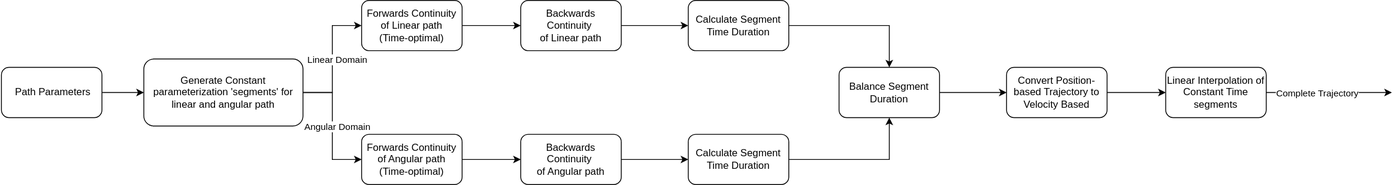
The draw.io diagram docs/images/TrajectoryPlanner.svg in UBC-Thunderbots/Software, before a commit. Source tidied: cells renumbered, new cells last; positions are measured from the earlier drawing's top-left corner, leaving out a move shared by most shapes.
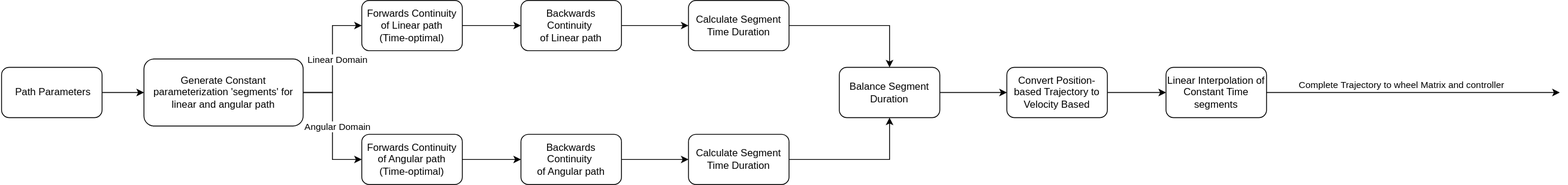
The same file after the commit.

Commit message:
Straightened some lines

Change to the diagram source:
```diff
@@ -77,12 +77,12 @@
     </mxCell>
     <mxCell id="25" style="edgeStyle=orthogonalEdgeStyle;rounded=0;jettySize=auto;html=1;" parent="1" edge="1" source="27">
       <mxGeometry relative="1" as="geometry">
-        <mxPoint x="1660" y="110" as="targetPoint" />
+        <mxPoint x="1860" y="110" as="targetPoint" />
       </mxGeometry>
     </mxCell>
-    <mxCell id="26" value="Complete Trajectory" style="edgeLabel;html=1;align=center;verticalAlign=middle;" parent="25" vertex="1">
+    <mxCell id="26" value="Complete Trajectory to wheel Matrix and controller" style="edgeLabel;html=1;align=center;verticalAlign=middle;" parent="25" vertex="1">
       <mxGeometry x="0.3" relative="1" as="geometry">
-        <mxPoint x="-38" as="offset" />
+        <mxPoint x="-68" y="-10" as="offset" />
       </mxGeometry>
     </mxCell>
     <mxCell id="27" value="Linear Interpolation of Constant Time segments" style="rounded=1;whiteSpace=wrap;html=1;" parent="1" vertex="1">
```
